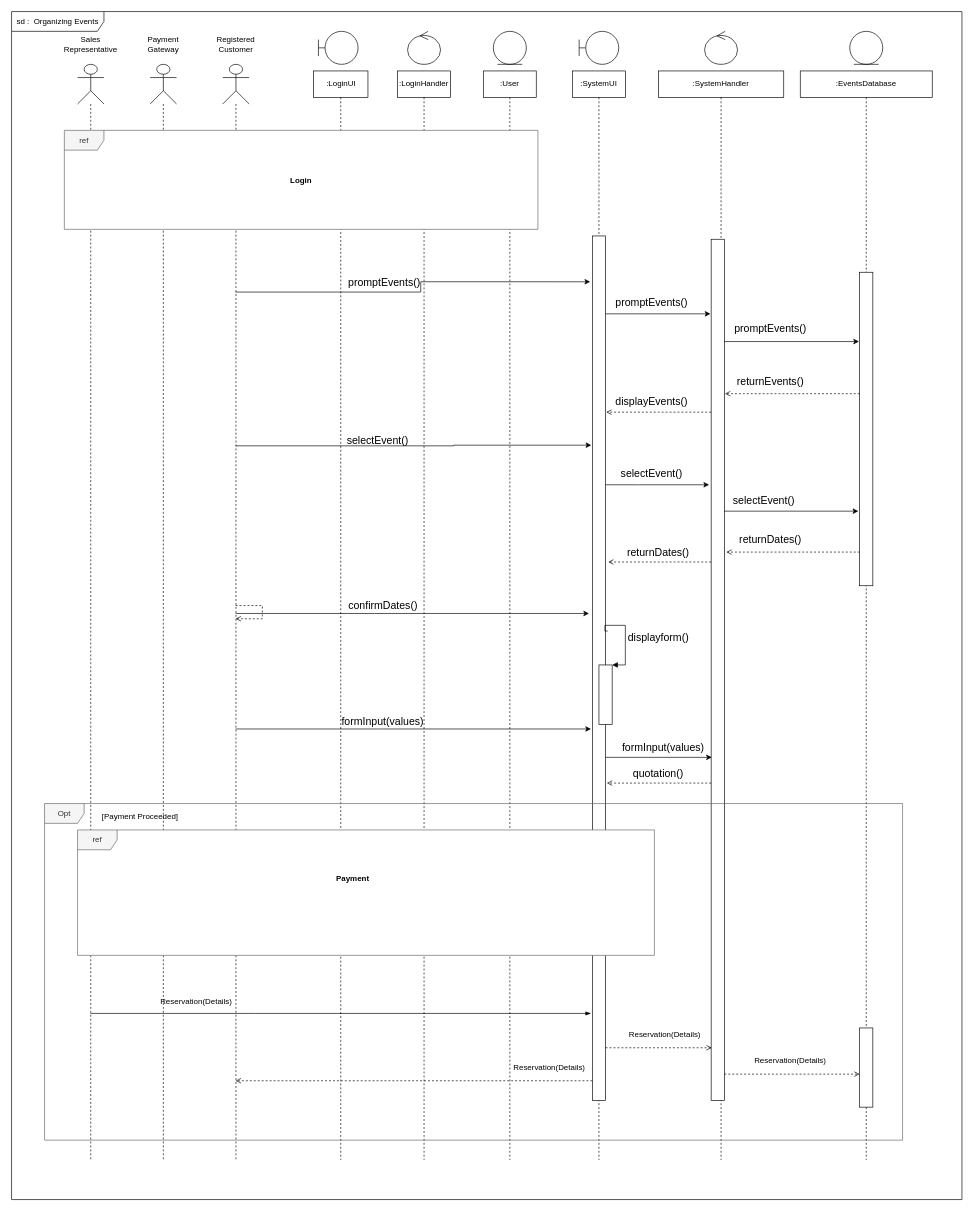
Earlier version of the draw.io diagram Projects/Software Engineering/Sequence.drawio (IT21003332/Y2S1). Source tidied: cells renumbered, new cells numbered last; positions are measured from the earlier drawing's top-left corner, leaving out a move shared by most shapes. Both pictures are drawn from the tidied source at 66%, with x=0, y=0 at pixel (11, 11).
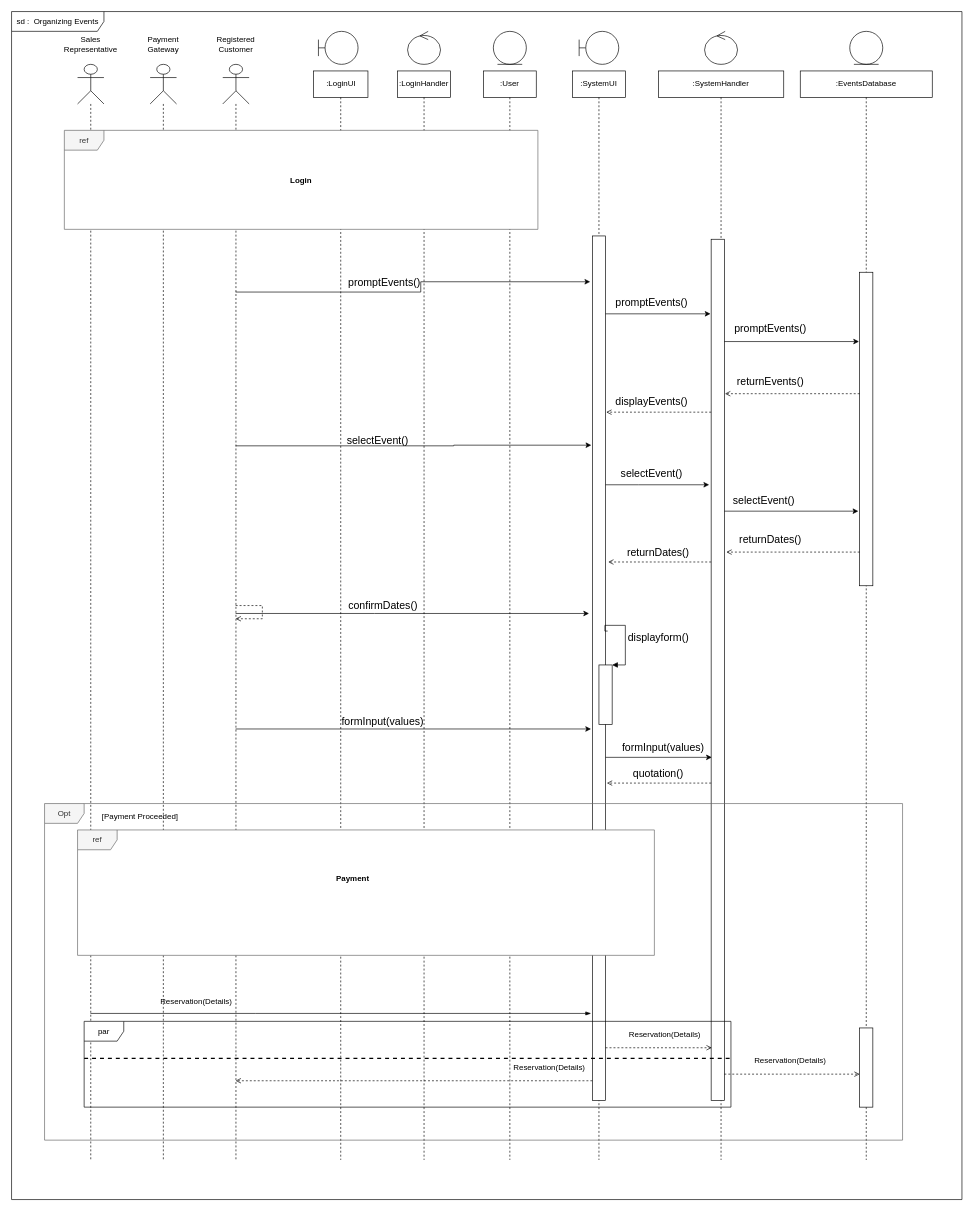
The same diagram, later.

Commit message (it also covers changes not shown here):
sequence comms and user

Diff of the diagram source:
```diff
@@
+    <mxCell id="71" value="par" style="shape=umlFrame;whiteSpace=wrap;html=1;" parent="1" vertex="1">
+      <mxGeometry x="110" y="1530" width="980" height="130" as="geometry" />
+    </mxCell>
+    <mxCell id="72" style="line;strokeWidth=2;fillColor=none;align=left;verticalAlign=middle;spacingTop=-1;spacingLeft=3;spacingRight=3;labelPosition=right;dashed=1;" parent="1" vertex="1">
+      <mxGeometry x="110" y="1582" width="980" height="8" as="geometry" />
+    </mxCell>
```
